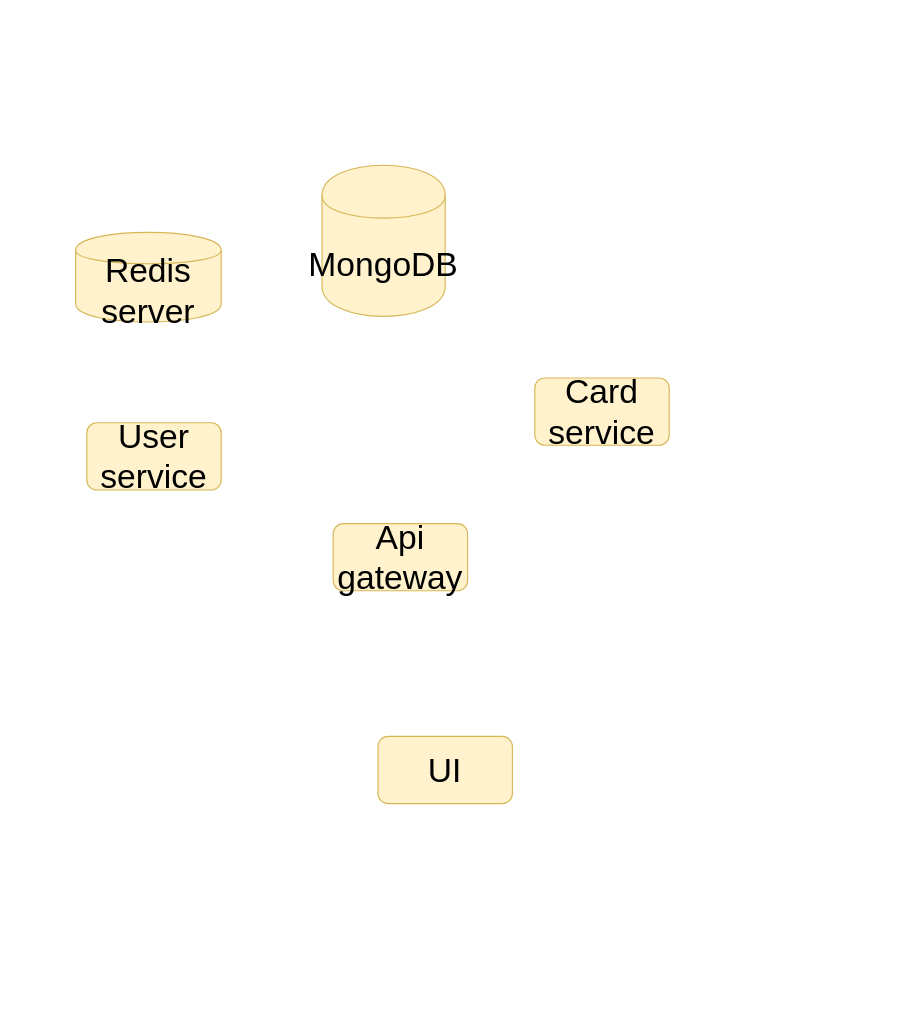
Before: Microservices_communication.drawio in tbkincso/SoftEng, a draw.io diagram. Source tidied: cells renumbered, new cells numbered last; positions are measured from the earlier drawing's top-left corner, leaving out a move shared by most shapes. Both pictures are drawn from the tidied source at 112%, with x=0, y=0 at pixel (75, 165).
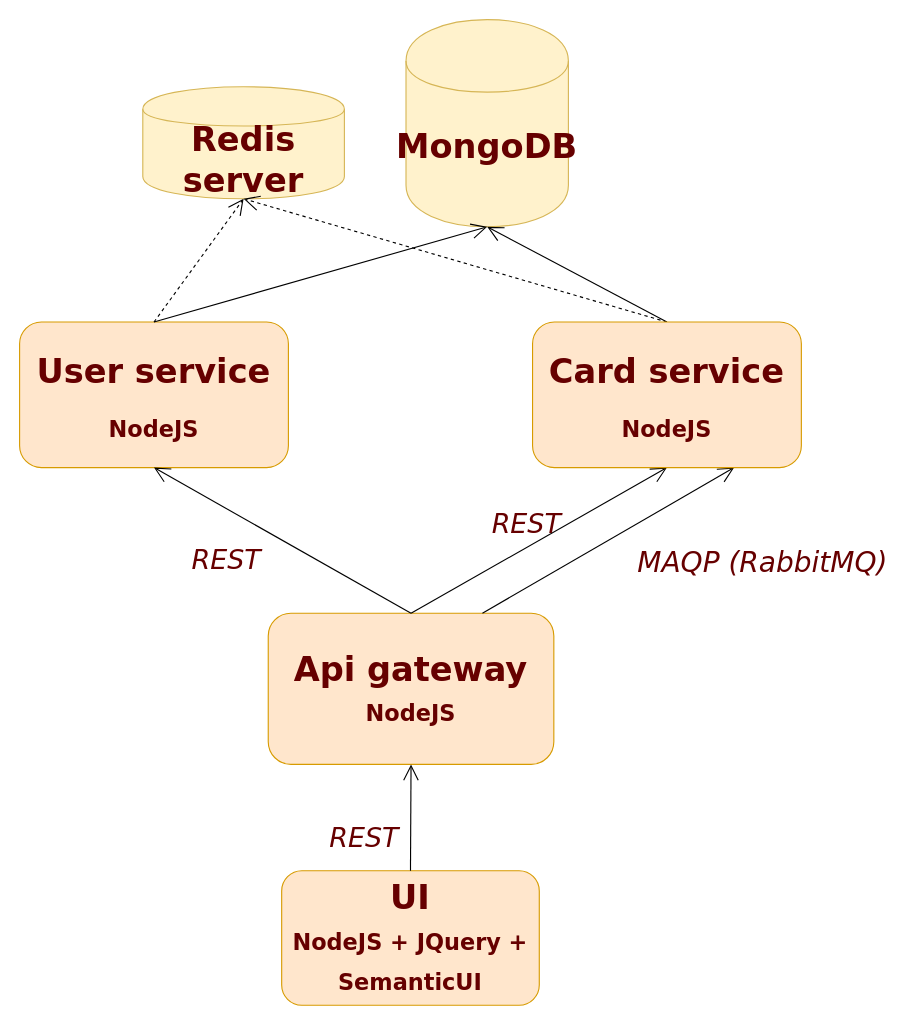
The same page after the edit.

What changed in the source:
```diff
@@
 <mxGraphModel>
   <root>
     <mxCell id="0" />
     <mxCell id="1" parent="0" />
-    <mxCell id="2" value="MongoDB" style="shape=cylinder;whiteSpace=wrap;html=1;boundedLbl=1;backgroundOutline=1;fontSize=30;fontStyle=0;fillColor=#fff2cc;strokeColor=#d6b656;" parent="1" vertex="1">
-      <mxGeometry x="220" width="110" height="135" as="geometry" />
+    <mxCell id="2" value="&lt;b&gt;MongoDB&lt;/b&gt;" style="shape=cylinder;whiteSpace=wrap;html=1;boundedLbl=1;backgroundOutline=1;fontSize=30;fontStyle=0;fillColor=#fff2cc;strokeColor=#d6b656;fontFamily=Verdana;fontColor=#660000;" parent="1" vertex="1">
+      <mxGeometry x="295" y="-130" width="145" height="185" as="geometry" />
     </mxCell>
-    <mxCell id="3" value="User service" style="rounded=1;whiteSpace=wrap;html=1;fontSize=30;fontStyle=0;fillColor=#fff2cc;strokeColor=#d6b656;" parent="1" vertex="1">
-      <mxGeometry x="10" y="230" width="120" height="60" as="geometry" />
+    <mxCell id="3" value="&lt;p style=&quot;line-height: 0%&quot;&gt;&lt;font&gt;&lt;b&gt;&lt;br&gt;&lt;/b&gt;&lt;/font&gt;&lt;/p&gt;&lt;p style=&quot;line-height: 0%&quot;&gt;&lt;font&gt;&lt;b&gt;&lt;br&gt;&lt;/b&gt;&lt;/font&gt;&lt;/p&gt;&lt;p style=&quot;line-height: 0%&quot;&gt;&lt;font&gt;&lt;b&gt;User service&lt;/b&gt;&lt;/font&gt;&lt;/p&gt;&lt;p&gt;&lt;b style=&quot;font-size: 20px&quot;&gt;NodeJS&lt;/b&gt;&lt;/p&gt;&lt;br&gt;" style="rounded=1;whiteSpace=wrap;html=1;fontSize=30;fontStyle=0;fillColor=#ffe6cc;strokeColor=#d79b00;fontFamily=Verdana;fontColor=#660000;" parent="1" vertex="1">
+      <mxGeometry x="-50" y="140" width="240" height="130" as="geometry" />
     </mxCell>
-    <mxCell id="4" value="Card service" style="rounded=1;whiteSpace=wrap;html=1;fontSize=30;fontStyle=0;fillColor=#fff2cc;strokeColor=#d6b656;" parent="1" vertex="1">
-      <mxGeometry x="410" y="190" width="120" height="60" as="geometry" />
-    </mxCell>
-    <mxCell id="5" value="Api gateway" style="rounded=1;whiteSpace=wrap;html=1;fontSize=30;fontStyle=0;fillColor=#fff2cc;strokeColor=#d6b656;" parent="1" vertex="1">
-      <mxGeometry x="230" y="320" width="120" height="60" as="geometry" />
+    <mxCell id="5" value="&lt;b&gt;Api gateway&lt;br&gt;&lt;font style=&quot;font-size: 20px&quot;&gt;NodeJS&lt;/font&gt;&lt;br&gt;&lt;/b&gt;" style="rounded=1;whiteSpace=wrap;html=1;fontSize=30;fontStyle=0;fillColor=#ffe6cc;strokeColor=#d79b00;fontFamily=Verdana;fontColor=#660000;" parent="1" vertex="1">
+      <mxGeometry x="172" y="400" width="255" height="135" as="geometry" />
     </mxCell>
-    <mxCell id="6" value="UI" style="rounded=1;whiteSpace=wrap;html=1;fontSize=30;fontStyle=0;fillColor=#fff2cc;strokeColor=#d6b656;" parent="1" vertex="1">
-      <mxGeometry x="270" y="510" width="120" height="60" as="geometry" />
+    <mxCell id="6" value="&lt;b&gt;UI&lt;br&gt;&lt;font style=&quot;font-size: 20px&quot;&gt;NodeJS + JQuery + SemanticUI&lt;/font&gt;&lt;br&gt;&lt;/b&gt;" style="rounded=1;whiteSpace=wrap;html=1;fontSize=30;fontStyle=0;fillColor=#ffe6cc;strokeColor=#d79b00;fontFamily=Verdana;fontColor=#660000;" parent="1" vertex="1">
+      <mxGeometry x="184" y="630" width="230" height="120" as="geometry" />
     </mxCell>
-    <mxCell id="7" value="Redis server" style="shape=cylinder;whiteSpace=wrap;html=1;boundedLbl=1;backgroundOutline=1;fontSize=30;fontStyle=0;fillColor=#fff2cc;strokeColor=#d6b656;" parent="1" vertex="1">
-      <mxGeometry y="60" width="130" height="80" as="geometry" />
+    <mxCell id="7" value="&lt;b&gt;Redis server&lt;/b&gt;" style="shape=cylinder;whiteSpace=wrap;html=1;boundedLbl=1;backgroundOutline=1;fontSize=30;fontStyle=0;fillColor=#fff2cc;strokeColor=#d6b656;fontFamily=Verdana;fontColor=#660000;" parent="1" vertex="1">
+      <mxGeometry x="60" y="-70" width="180" height="100" as="geometry" />
     </mxCell>
+    <mxCell id="8" style="endArrow=open;endSize=12;dashed=1;html=1;fontSize=30;exitX=0.5;exitY=0;exitDx=0;exitDy=0;entryX=0.5;entryY=1;entryDx=0;entryDy=0;fontFamily=Verdana;fontColor=#660000;" parent="1" edge="1" source="3" target="7">
+      <mxGeometry relative="1" as="geometry" />
+    </mxCell>
+    <mxCell id="9" style="endArrow=open;endSize=12;dashed=1;html=1;fontSize=30;exitX=0.5;exitY=0;exitDx=0;exitDy=0;entryX=0.5;entryY=1;entryDx=0;entryDy=0;fontFamily=Verdana;fontColor=#660000;" parent="1" edge="1" source="20" target="7">
+      <mxGeometry relative="1" as="geometry" />
+    </mxCell>
+    <mxCell id="10" style="endArrow=open;endFill=1;endSize=12;html=1;fontSize=30;exitX=0.5;exitY=0;exitDx=0;exitDy=0;entryX=0.5;entryY=1;entryDx=0;entryDy=0;fontFamily=Verdana;fontColor=#660000;" parent="1" edge="1" source="3" target="2">
+      <mxGeometry relative="1" as="geometry" />
+    </mxCell>
+    <mxCell id="11" style="endArrow=open;endFill=1;endSize=12;html=1;fontSize=30;exitX=0.5;exitY=0;exitDx=0;exitDy=0;entryX=0.5;entryY=1;entryDx=0;entryDy=0;fontFamily=Verdana;fontColor=#660000;" parent="1" edge="1" source="20" target="2">
+      <mxGeometry relative="1" as="geometry" />
+    </mxCell>
+    <mxCell id="12" style="endArrow=open;endFill=1;endSize=12;html=1;fontSize=30;exitX=0.5;exitY=0;exitDx=0;exitDy=0;entryX=0.5;entryY=1;entryDx=0;entryDy=0;fontFamily=Verdana;fontColor=#660000;" parent="1" edge="1" source="5" target="3">
+      <mxGeometry relative="1" as="geometry" />
+    </mxCell>
+    <mxCell id="13" value="&lt;font style=&quot;font-size: 24px&quot;&gt;&lt;i&gt;REST&lt;/i&gt;&lt;/font&gt;" style="text;html=1;align=left;verticalAlign=top;spacingTop=-4;fontSize=30;fontFamily=Verdana;fontColor=#660000;" parent="1" vertex="1">
+      <mxGeometry x="102" y="330" width="70" height="40" as="geometry" />
+    </mxCell>
+    <mxCell id="14" style="endArrow=open;endFill=1;endSize=12;html=1;fontSize=30;exitX=0.5;exitY=0;exitDx=0;exitDy=0;entryX=0.5;entryY=1;entryDx=0;entryDy=0;fontFamily=Verdana;fontColor=#660000;" parent="1" edge="1" source="5" target="20">
+      <mxGeometry relative="1" as="geometry" />
+    </mxCell>
+    <mxCell id="15" value="&lt;font style=&quot;font-size: 24px&quot;&gt;&lt;i&gt;REST&lt;/i&gt;&lt;/font&gt;" style="text;html=1;align=left;verticalAlign=top;spacingTop=-4;fontSize=30;fontFamily=Verdana;fontColor=#660000;" parent="1" vertex="1">
+      <mxGeometry x="370" y="298" width="70" height="40" as="geometry" />
+    </mxCell>
+    <mxCell id="16" style="endArrow=open;endFill=1;endSize=12;html=1;fontSize=30;exitX=0.75;exitY=0;exitDx=0;exitDy=0;entryX=0.75;entryY=1;entryDx=0;entryDy=0;fontFamily=Verdana;fontColor=#660000;" parent="1" edge="1" source="5" target="20">
+      <mxGeometry relative="1" as="geometry" />
+    </mxCell>
+    <mxCell id="17" value="&lt;font style=&quot;font-size: 25px&quot;&gt;&lt;i&gt;MAQP (RabbitMQ)&lt;/i&gt;&lt;/font&gt;" style="text;html=1;align=left;verticalAlign=top;spacingTop=-4;fontSize=30;fontFamily=Verdana;fontColor=#660000;" parent="1" vertex="1">
+      <mxGeometry x="500" y="333" width="210" height="40" as="geometry" />
+    </mxCell>
+    <mxCell id="18" style="endArrow=open;endFill=1;endSize=12;html=1;fontSize=30;exitX=0.5;exitY=0;exitDx=0;exitDy=0;entryX=0.5;entryY=1;entryDx=0;entryDy=0;fontFamily=Verdana;fontColor=#660000;" parent="1" edge="1" source="6" target="5">
+      <mxGeometry relative="1" as="geometry" />
+    </mxCell>
+    <mxCell id="19" value="&lt;font style=&quot;font-size: 24px&quot;&gt;&lt;i&gt;REST&lt;/i&gt;&lt;/font&gt;" style="text;html=1;align=left;verticalAlign=top;spacingTop=-4;fontSize=30;fontFamily=Verdana;fontColor=#660000;" parent="1" vertex="1">
+      <mxGeometry x="225" y="577.5" width="70" height="40" as="geometry" />
+    </mxCell>
+    <mxCell id="20" value="&lt;p style=&quot;line-height: 0%&quot;&gt;&lt;font&gt;&lt;b&gt;&lt;br&gt;&lt;/b&gt;&lt;/font&gt;&lt;/p&gt;&lt;p style=&quot;line-height: 0%&quot;&gt;&lt;font&gt;&lt;b&gt;&lt;br&gt;&lt;/b&gt;&lt;/font&gt;&lt;/p&gt;&lt;p style=&quot;line-height: 0%&quot;&gt;&lt;font&gt;&lt;b&gt;Card service&lt;/b&gt;&lt;/font&gt;&lt;/p&gt;&lt;p&gt;&lt;b style=&quot;font-size: 20px&quot;&gt;NodeJS&lt;/b&gt;&lt;/p&gt;&lt;br&gt;" style="rounded=1;whiteSpace=wrap;html=1;fontSize=30;fontStyle=0;fillColor=#ffe6cc;strokeColor=#d79b00;fontFamily=Verdana;fontColor=#660000;" parent="1" vertex="1">
+      <mxGeometry x="408" y="140" width="240" height="130" as="geometry" />
+    </mxCell>
   </root>
 </mxGraphModel>
```
